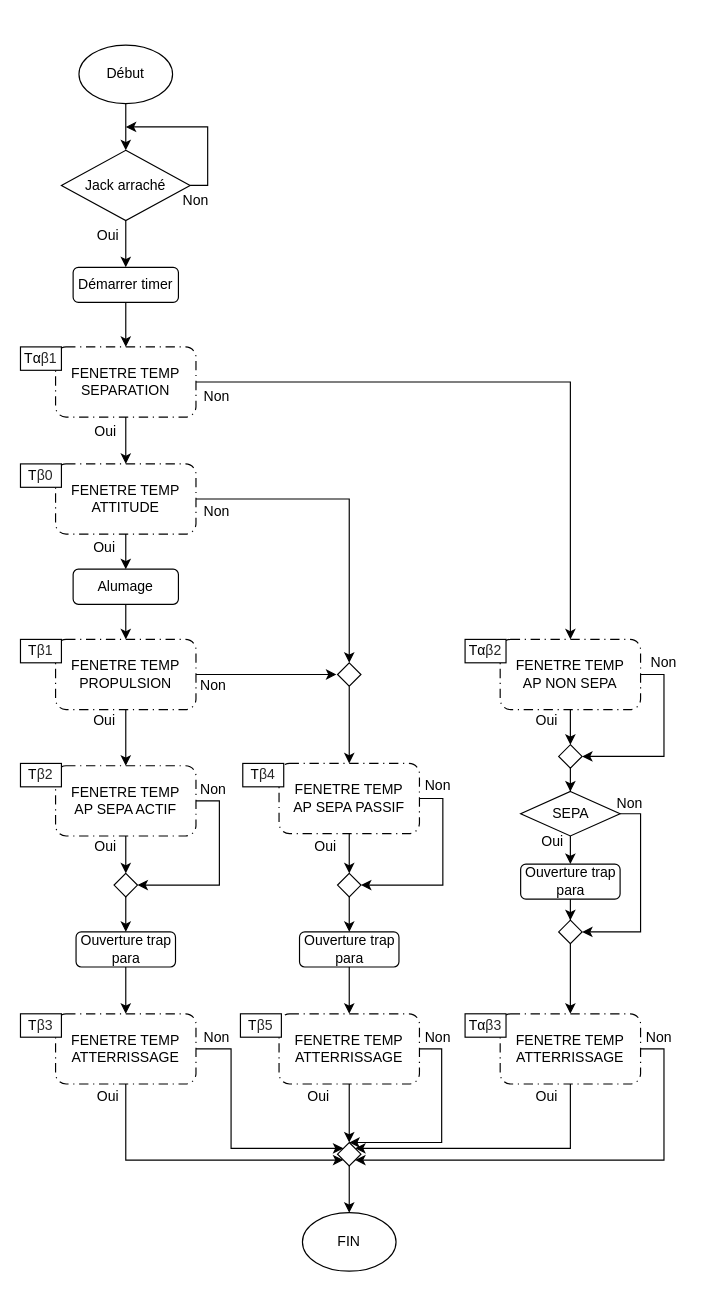
The draw.io diagram ARCHI/Sequenceur2.drawio in povdoigt/SP-02, before the edit. Source tidied: cells renumbered, new cells numbered last; positions are measured from the earlier drawing's top-left corner, leaving out a move shared by most shapes. Both pictures are drawn from the tidied source at 117%, with x=0, y=0 at pixel (20, 44).
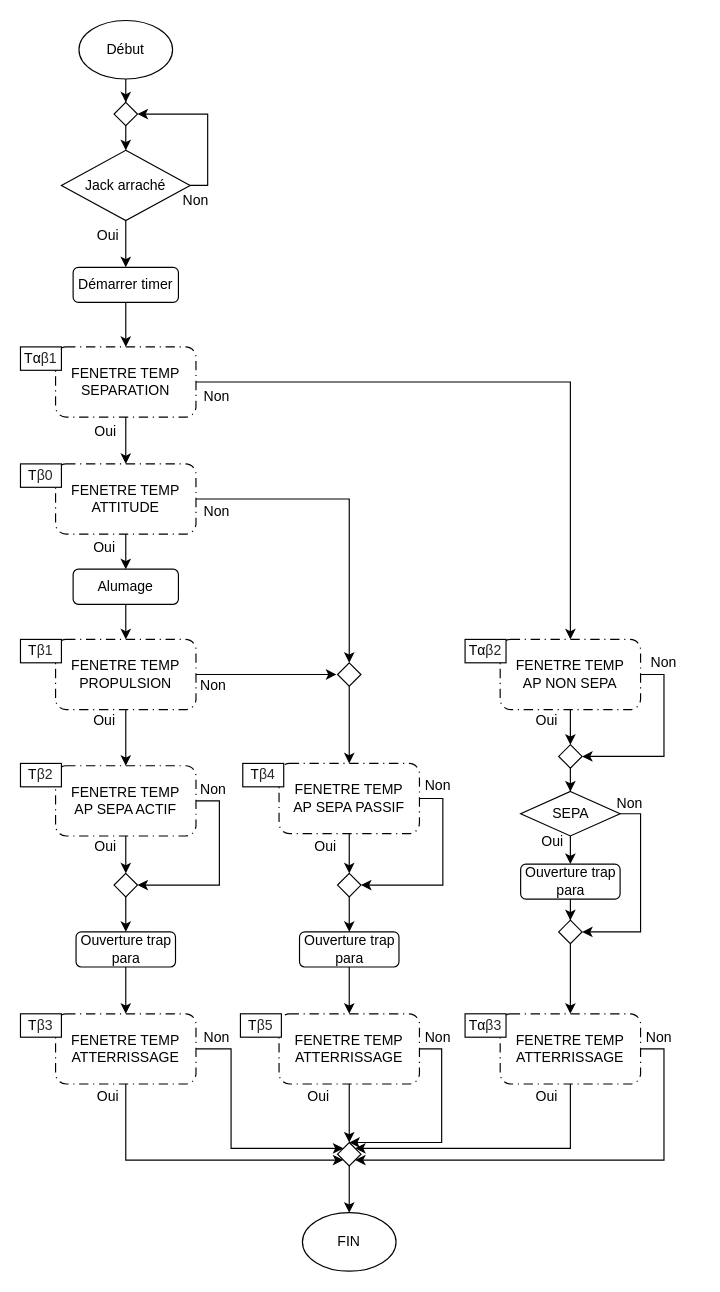
The same diagram, later.

The change refers to these unchanged cells:
```xml
<mxCell id="6" value="Jack arraché" style="rhombus;whiteSpace=wrap;html=1;" parent="1" vertex="1">
  <mxGeometry x="35" y="90" width="110" height="60" as="geometry" />
</mxCell>
```

The edit, as a diff of the source:
```diff
@@
+    <mxCell id="91" style="edgeStyle=orthogonalEdgeStyle;rounded=0;jettySize=auto;html=1;entryX=0.5;entryY=0;entryDx=0;entryDy=0;" parent="1" edge="1" source="2" target="93">
+      <mxGeometry relative="1" as="geometry" />
+    </mxCell>
     <mxCell id="2" value="Début" style="ellipse;whiteSpace=wrap;html=1;" parent="1" vertex="1">
-      <mxGeometry x="50" width="80" height="50" as="geometry" />
+      <mxGeometry x="50" y="-21" width="80" height="50" as="geometry" />
     </mxCell>
-    <mxCell id="3" style="edgeStyle=orthogonalEdgeStyle;rounded=0;jettySize=auto;html=1;entryX=0.5;entryY=0;entryDx=0;entryDy=0;exitX=0.5;exitY=1;exitDx=0;exitDy=0;" parent="1" edge="1" source="2" target="6">
-      <mxGeometry relative="1" as="geometry" />
-    </mxCell>
-    <mxCell id="4" style="edgeStyle=orthogonalEdgeStyle;rounded=0;jettySize=auto;html=1;" parent="1" edge="1" source="6">
+    <mxCell id="4" style="edgeStyle=orthogonalEdgeStyle;rounded=0;jettySize=auto;html=1;entryX=1;entryY=0.5;entryDx=0;entryDy=0;" parent="1" edge="1" source="6" target="93">
       <mxGeometry relative="1" as="geometry">
-        <mxPoint x="90" y="70" as="targetPoint" />
         <Array as="points">
           <mxPoint x="160" y="120" />
-          <mxPoint x="160" y="70" />
+          <mxPoint x="160" y="59" />
         </Array>
       </mxGeometry>
     </mxCell>
@@
+    <mxCell id="92" style="edgeStyle=orthogonalEdgeStyle;rounded=0;jettySize=auto;html=1;entryX=0.5;entryY=0;entryDx=0;entryDy=0;" parent="1" edge="1" source="93" target="6">
+      <mxGeometry relative="1" as="geometry" />
+    </mxCell>
+    <mxCell id="93" style="rhombus;whiteSpace=wrap;html=1;" parent="1" vertex="1">
+      <mxGeometry x="80" y="49" width="20" height="20" as="geometry" />
+    </mxCell>
```
